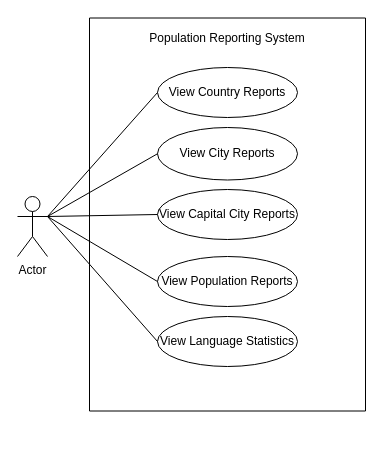
Before: docs/use-case-diagram.drawio in kaungmyatlwin18/Group_11-DevOps, a draw.io diagram. Source tidied: cells renumbered, new cells numbered last; positions are measured from the earlier drawing's top-left corner, leaving out a move shared by most shapes. Both pictures are drawn from the tidied source at 100%, with x=0, y=0 at pixel (17, 18).
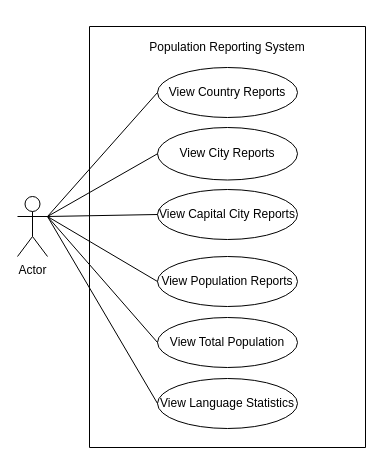
After the change.

Commit message:
Updated Use-case diagram

Change to the diagram source:
```diff
@@
 <mxGraphModel>
   <root>
     <mxCell id="0" />
     <mxCell id="1" parent="0" />
     <mxCell id="2" value="Actor" style="shape=umlActor;verticalLabelPosition=bottom;verticalAlign=top;html=1;" parent="1" vertex="1">
       <mxGeometry y="178" width="30" height="60" as="geometry" />
     </mxCell>
     <mxCell id="3" value="&lt;pre dir=&quot;ltr&quot;&gt;&lt;code&gt;&lt;font face=&quot;Helvetica&quot;&gt;View Capital City Reports&lt;/font&gt;&lt;/code&gt;&lt;/pre&gt;" style="ellipse;whiteSpace=wrap;html=1;" parent="1" vertex="1">
       <mxGeometry x="140" y="171" width="140" height="50" as="geometry" />
     </mxCell>
     <mxCell id="4" value="&lt;pre dir=&quot;ltr&quot;&gt;&lt;code&gt;&lt;font face=&quot;Helvetica&quot;&gt;View Country Reports&lt;/font&gt;&lt;/code&gt;&lt;/pre&gt;" style="ellipse;whiteSpace=wrap;html=1;" parent="1" vertex="1">
       <mxGeometry x="140" y="49" width="140" height="50" as="geometry" />
     </mxCell>
     <mxCell id="5" value="&lt;pre dir=&quot;ltr&quot;&gt;&lt;code&gt;&lt;font face=&quot;Helvetica&quot;&gt;View Population Reports&lt;/font&gt;&lt;/code&gt;&lt;/pre&gt;" style="ellipse;whiteSpace=wrap;html=1;" parent="1" vertex="1">
       <mxGeometry x="140" y="238" width="140" height="50" as="geometry" />
     </mxCell>
     <mxCell id="6" value="&lt;pre dir=&quot;ltr&quot;&gt;&lt;code&gt;&lt;font face=&quot;Helvetica&quot;&gt;View City Reports&lt;/font&gt;&lt;/code&gt;&lt;/pre&gt;" style="ellipse;whiteSpace=wrap;html=1;" parent="1" vertex="1">
       <mxGeometry x="140" y="109" width="140" height="52.5" as="geometry" />
     </mxCell>
     <mxCell id="7" value="&lt;pre dir=&quot;ltr&quot;&gt;&lt;code&gt;&lt;font face=&quot;Helvetica&quot;&gt;View Language Statistics&lt;/font&gt;&lt;/code&gt;&lt;/pre&gt;" style="ellipse;whiteSpace=wrap;html=1;" parent="1" vertex="1">
-      <mxGeometry x="140" y="298" width="140" height="50" as="geometry" />
+      <mxGeometry x="140" y="360" width="140" height="50" as="geometry" />
     </mxCell>
     <mxCell id="8" style="endArrow=none;html=1;rounded=0;entryX=0;entryY=0.5;entryDx=0;entryDy=0;exitX=1;exitY=0.3333333333333333;exitDx=0;exitDy=0;exitPerimeter=0;" parent="1" edge="1" source="2" target="4">
       <mxGeometry relative="1" as="geometry" />
     </mxCell>
     <mxCell id="9" style="endArrow=none;html=1;rounded=0;entryX=0;entryY=0.5;entryDx=0;entryDy=0;exitX=1;exitY=0.3333333333333333;exitDx=0;exitDy=0;exitPerimeter=0;" parent="1" edge="1" source="2" target="6">
       <mxGeometry relative="1" as="geometry" />
     </mxCell>
     <mxCell id="10" style="endArrow=none;html=1;rounded=0;entryX=0;entryY=0.5;entryDx=0;entryDy=0;exitX=1;exitY=0.3333333333333333;exitDx=0;exitDy=0;exitPerimeter=0;" parent="1" edge="1" source="2" target="3">
       <mxGeometry relative="1" as="geometry" />
     </mxCell>
     <mxCell id="11" style="endArrow=none;html=1;rounded=0;entryX=0;entryY=0.5;entryDx=0;entryDy=0;exitX=1;exitY=0.3333333333333333;exitDx=0;exitDy=0;exitPerimeter=0;" parent="1" edge="1" source="2" target="5">
       <mxGeometry relative="1" as="geometry" />
     </mxCell>
     <mxCell id="12" style="endArrow=none;html=1;rounded=0;entryX=1;entryY=0.3333333333333333;entryDx=0;entryDy=0;entryPerimeter=0;exitX=0;exitY=0.5;exitDx=0;exitDy=0;" parent="1" edge="1" source="7" target="2">
       <mxGeometry relative="1" as="geometry" />
     </mxCell>
     <mxCell id="13" style="swimlane;startSize=0;" parent="1" vertex="1">
-      <mxGeometry x="72" y="-0.5" width="276" height="393" as="geometry" />
+      <mxGeometry x="72" y="8" width="276" height="421" as="geometry" />
     </mxCell>
     <mxCell id="14" value="Population Reporting System" style="text;html=1;strokeColor=none;fillColor=none;align=center;verticalAlign=middle;whiteSpace=wrap;rounded=0;" parent="13" vertex="1">
       <mxGeometry x="55" y="5.5" width="166" height="30" as="geometry" />
     </mxCell>
+    <mxCell id="15" value="&lt;pre dir=&quot;ltr&quot;&gt;&lt;font face=&quot;Helvetica&quot;&gt;View Total Population&lt;/font&gt;&lt;/pre&gt;" style="ellipse;whiteSpace=wrap;html=1;" parent="1" vertex="1">
+      <mxGeometry x="140" y="299" width="140" height="50" as="geometry" />
+    </mxCell>
+    <mxCell id="16" style="endArrow=none;html=1;rounded=0;entryX=0;entryY=0.5;entryDx=0;entryDy=0;exitX=1;exitY=0.3333333333333333;exitDx=0;exitDy=0;exitPerimeter=0;" parent="1" edge="1" source="2" target="15">
+      <mxGeometry relative="1" as="geometry" />
+    </mxCell>
   </root>
 </mxGraphModel>
```
